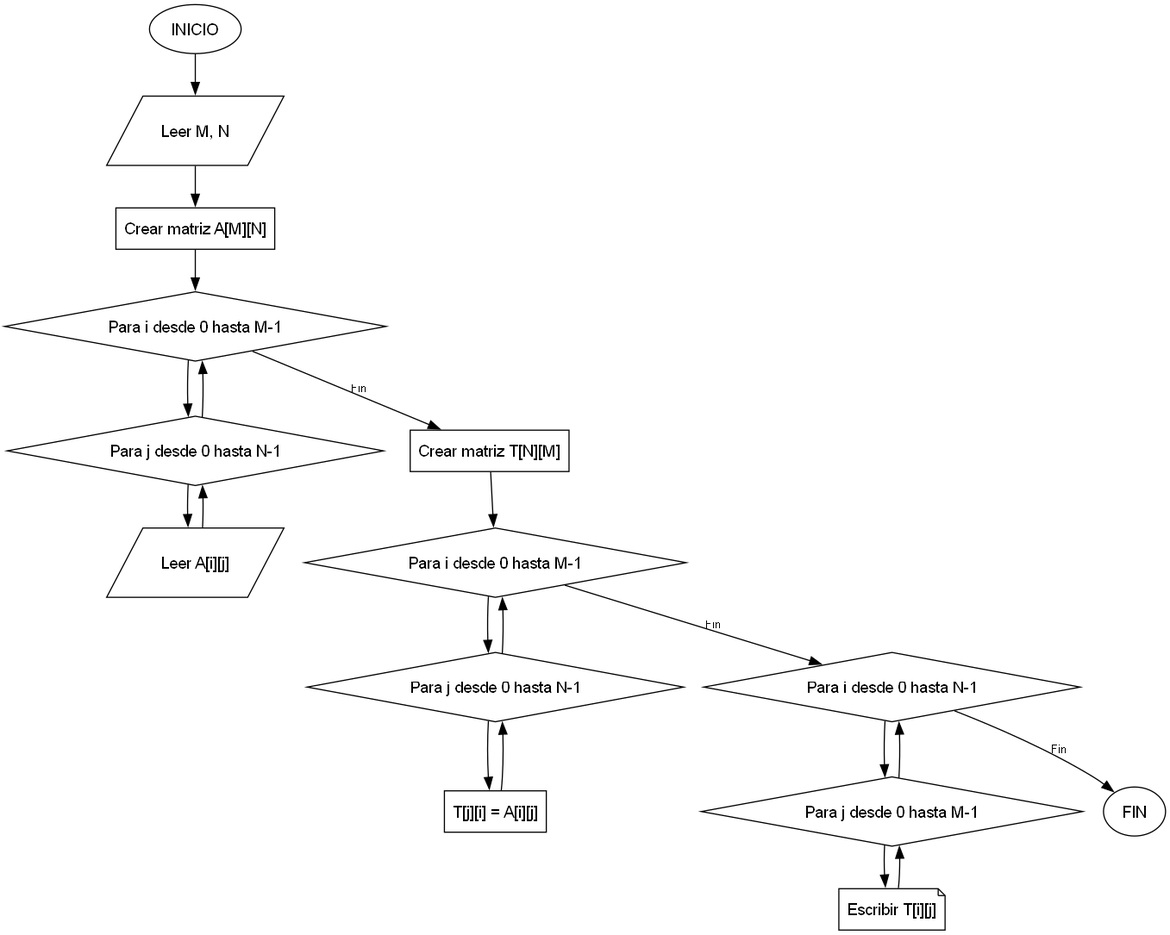
Before: Ejercicios/Problema_4_17/Diagrama/Problema_4_17.png, a diagram exported from Graphviz (23Leilany166/java-tutor-tics). Its source is kept beside it as Ejercicios/Problema_4_17/Diagrama/Problema_4_17.dot.
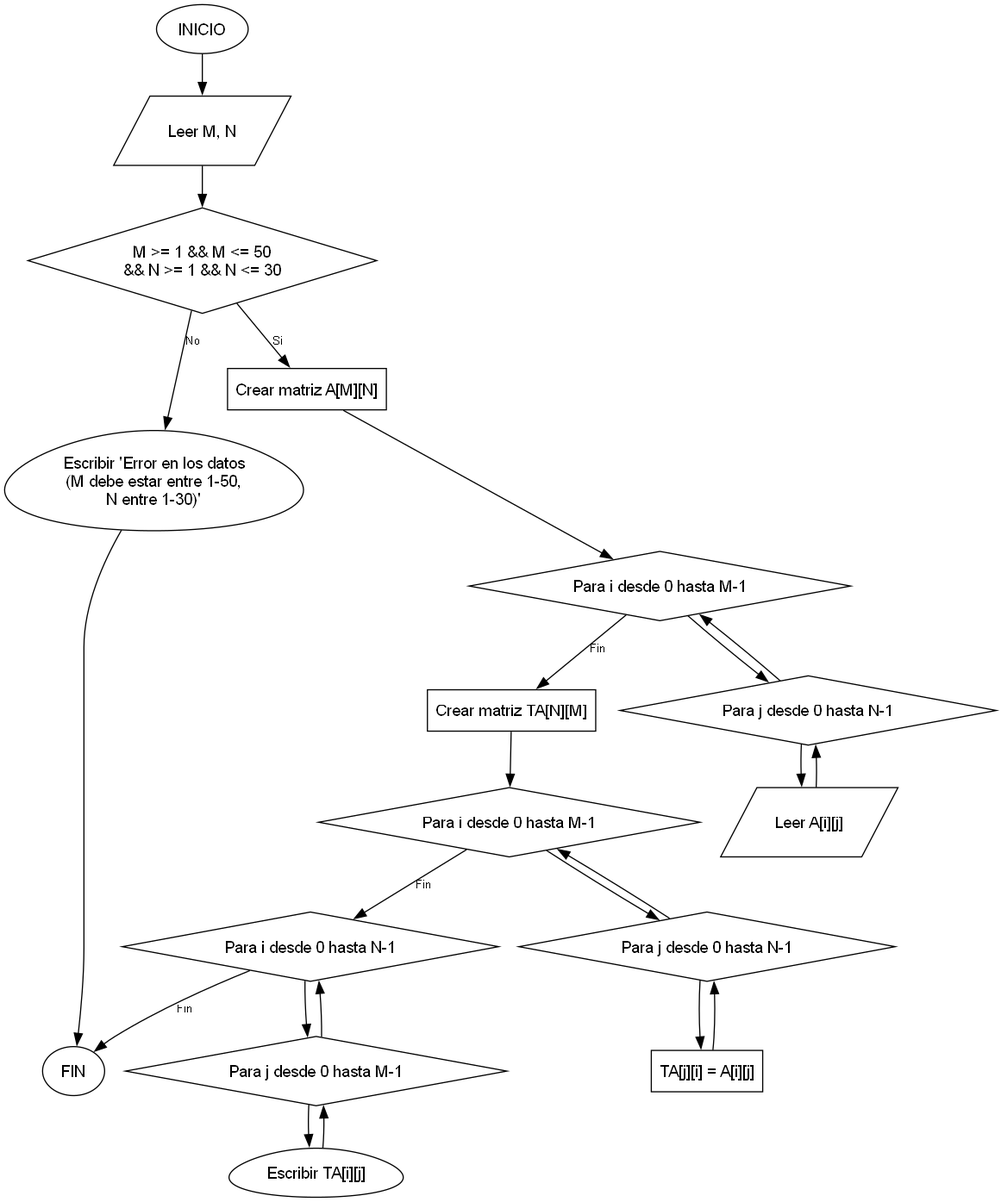
The same file after the commit.

Change to the diagram source:
```diff
@@ -5,23 +5,29 @@
 
     INICIO [shape=ellipse, label="INICIO"];
     LEER_DIM [shape=parallelogram, label="Leer M, N"];
+    VALIDAR [shape=diamond, label="M >= 1 && M <= 50\n&& N >= 1 && N <= 30"];
+    ERROR [shape=egg, label="Escribir 'Error en los datos\n(M debe estar entre 1-50,\nN entre 1-30)'"];
     CREAR_A [label="Crear matriz A[M][N]"];
     BUCLE_I_LEER [shape=diamond, label="Para i desde 0 hasta M-1"];
     BUCLE_J_LEER [shape=diamond, label="Para j desde 0 hasta N-1"];
     LEER_A [shape=parallelogram, label="Leer A[i][j]"];
-    CREAR_T [label="Crear matriz T[N][M]"];
+    CREAR_TA [label="Crear matriz TA[N][M]"];
     BUCLE_I_CALC [shape=diamond, label="Para i desde 0 hasta M-1"];
     BUCLE_J_CALC [shape=diamond, label="Para j desde 0 hasta N-1"];
-    CALC_T [label="T[j][i] = A[i][j]"];
+    CALC_TA [label="TA[j][i] = A[i][j]"];
     BUCLE_I_IMP [shape=diamond, label="Para i desde 0 hasta N-1"];
     BUCLE_J_IMP [shape=diamond, label="Para j desde 0 hasta M-1"];
-    IMPRIMIR_T [shape=note, label="Escribir T[i][j]"];
+    IMPRIMIR_TA [shape=egg, label="Escribir TA[i][j]"];
     FIN [shape=ellipse, label="FIN"];
 
-    INICIO -> LEER_DIM -> CREAR_A -> BUCLE_I_LEER -> BUCLE_J_LEER -> LEER_A -> BUCLE_J_LEER -> BUCLE_I_LEER;
-    BUCLE_I_LEER -> CREAR_T [label="Fin"];
-    CREAR_T -> BUCLE_I_CALC -> BUCLE_J_CALC -> CALC_T -> BUCLE_J_CALC -> BUCLE_I_CALC;
+    INICIO -> LEER_DIM -> VALIDAR;
+    VALIDAR -> ERROR [label="No"];
+    VALIDAR -> CREAR_A [label="Si"];
+    ERROR -> FIN;
+    CREAR_A -> BUCLE_I_LEER -> BUCLE_J_LEER -> LEER_A -> BUCLE_J_LEER -> BUCLE_I_LEER;
+    BUCLE_I_LEER -> CREAR_TA [label="Fin"];
+    CREAR_TA -> BUCLE_I_CALC -> BUCLE_J_CALC -> CALC_TA -> BUCLE_J_CALC -> BUCLE_I_CALC;
     BUCLE_I_CALC -> BUCLE_I_IMP [label="Fin"];
-    BUCLE_I_IMP -> BUCLE_J_IMP -> IMPRIMIR_T -> BUCLE_J_IMP -> BUCLE_I_IMP;
+    BUCLE_I_IMP -> BUCLE_J_IMP -> IMPRIMIR_TA -> BUCLE_J_IMP -> BUCLE_I_IMP;
     BUCLE_I_IMP -> FIN [label="Fin"];
 }
```
